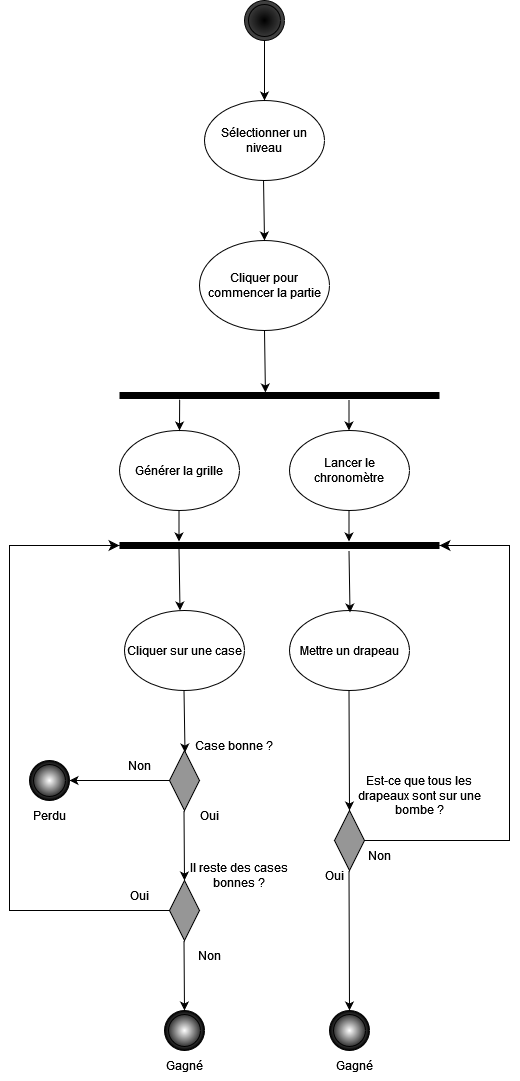
The draw.io diagram diag_act.drawio.png in leonielrx/demineur, before a commit. Source tidied: cells renumbered, new cells last; positions are measured from the earlier drawing's top-left corner, leaving out a move shared by most shapes.
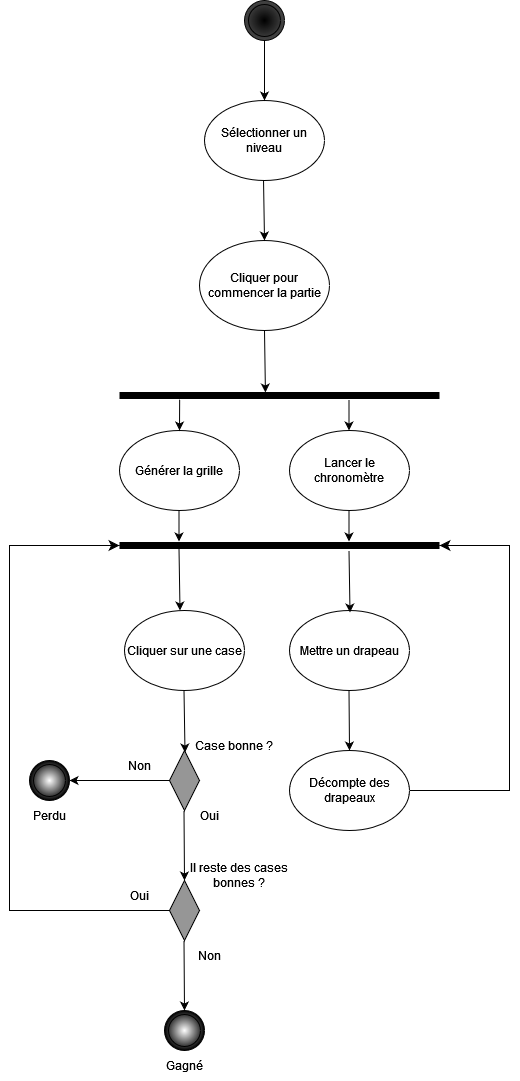
Later version of the same file.

Commit message:
Mettre à jour diag_act.drawio.png

Change to the diagram source:
```diff
@@ -139,29 +139,12 @@
         <mxPoint x="340.5" y="612" as="targetPoint" />
       </mxGeometry>
     </mxCell>
-    <mxCell id="36" style="rhombus;whiteSpace=wrap;html=1;fillColor=#969696;" parent="1" vertex="1">
-      <mxGeometry x="325" y="810" width="30" height="60" as="geometry" />
-    </mxCell>
-    <mxCell id="37" style="endArrow=classic;html=1;rounded=0;exitX=0.5;exitY=1;exitDx=0;exitDy=0;entryX=0;entryY=1;entryDx=0;entryDy=0;" parent="1" edge="1" target="38">
+    <mxCell id="37" style="endArrow=classic;html=1;rounded=0;exitX=0.5;exitY=1;exitDx=0;exitDy=0;entryX=0.5;entryY=0;entryDx=0;entryDy=0;" parent="1" edge="1" target="46">
       <mxGeometry relative="1" as="geometry">
         <mxPoint x="339.5" y="690" as="sourcePoint" />
       </mxGeometry>
     </mxCell>
-    <mxCell id="38" value="Est-ce que tous les drapeaux sont sur une bombe ?" style="text;html=1;align=center;verticalAlign=middle;whiteSpace=wrap;rounded=0;" parent="1" vertex="1">
-      <mxGeometry x="340" y="780" width="140" height="30" as="geometry" />
-    </mxCell>
-    <mxCell id="39" style="ellipse;shape=doubleEllipse;whiteSpace=wrap;html=1;fillColor=#ffffff;gradientColor=default;gradientDirection=radial;shadow=0;" parent="1" vertex="1">
-      <mxGeometry x="320" y="1010" width="40" height="40" as="geometry" />
-    </mxCell>
-    <mxCell id="40" value="Oui" style="text;html=1;align=center;verticalAlign=middle;whiteSpace=wrap;rounded=0;" parent="1" vertex="1">
-      <mxGeometry x="295" y="860" width="60" height="30" as="geometry" />
-    </mxCell>
-    <mxCell id="41" style="endArrow=classic;html=1;rounded=0;exitX=0.5;exitY=1;exitDx=0;exitDy=0;entryX=0.5;entryY=0;entryDx=0;entryDy=0;" parent="1" edge="1" target="39">
-      <mxGeometry relative="1" as="geometry">
-        <mxPoint x="339.5" y="870" as="sourcePoint" />
-      </mxGeometry>
-    </mxCell>
-    <mxCell id="42" style="edgeStyle=elbowEdgeStyle;elbow=horizontal;endArrow=classic;html=1;curved=0;rounded=0;endSize=8;startSize=8;entryX=1;entryY=0.5;entryDx=0;entryDy=0;exitX=1;exitY=0.5;exitDx=0;exitDy=0;entryPerimeter=0;" parent="1" edge="1" source="36" target="9">
+    <mxCell id="42" style="edgeStyle=elbowEdgeStyle;elbow=horizontal;endArrow=classic;html=1;curved=0;rounded=0;endSize=8;startSize=8;entryX=1;entryY=0.5;entryDx=0;entryDy=0;entryPerimeter=0;exitX=1;exitY=0.5;exitDx=0;exitDy=0;" parent="1" edge="1" source="46" target="9">
       <mxGeometry relative="1" as="geometry">
         <Array as="points">
           <mxPoint x="500" y="700" />
@@ -171,11 +154,8 @@
     <mxCell id="43" value="Gagné" style="text;html=1;align=center;verticalAlign=middle;whiteSpace=wrap;rounded=0;" parent="1" vertex="1">
       <mxGeometry x="145" y="1050" width="60" height="30" as="geometry" />
     </mxCell>
-    <mxCell id="44" value="Gagné" style="text;html=1;align=center;verticalAlign=middle;whiteSpace=wrap;rounded=0;" parent="1" vertex="1">
-      <mxGeometry x="315" y="1050" width="60" height="30" as="geometry" />
-    </mxCell>
-    <mxCell id="45" value="Non" style="text;html=1;align=center;verticalAlign=middle;whiteSpace=wrap;rounded=0;" parent="1" vertex="1">
-      <mxGeometry x="340" y="840" width="60" height="30" as="geometry" />
-    </mxCell>
+    <mxCell id="46" value="Décompte des drapeaux " style="ellipse;whiteSpace=wrap;html=1;" parent="1" vertex="1">
+      <mxGeometry x="280" y="750" width="120" height="80" as="geometry" />
+    </mxCell>
   </root>
 </mxGraphModel>
```
